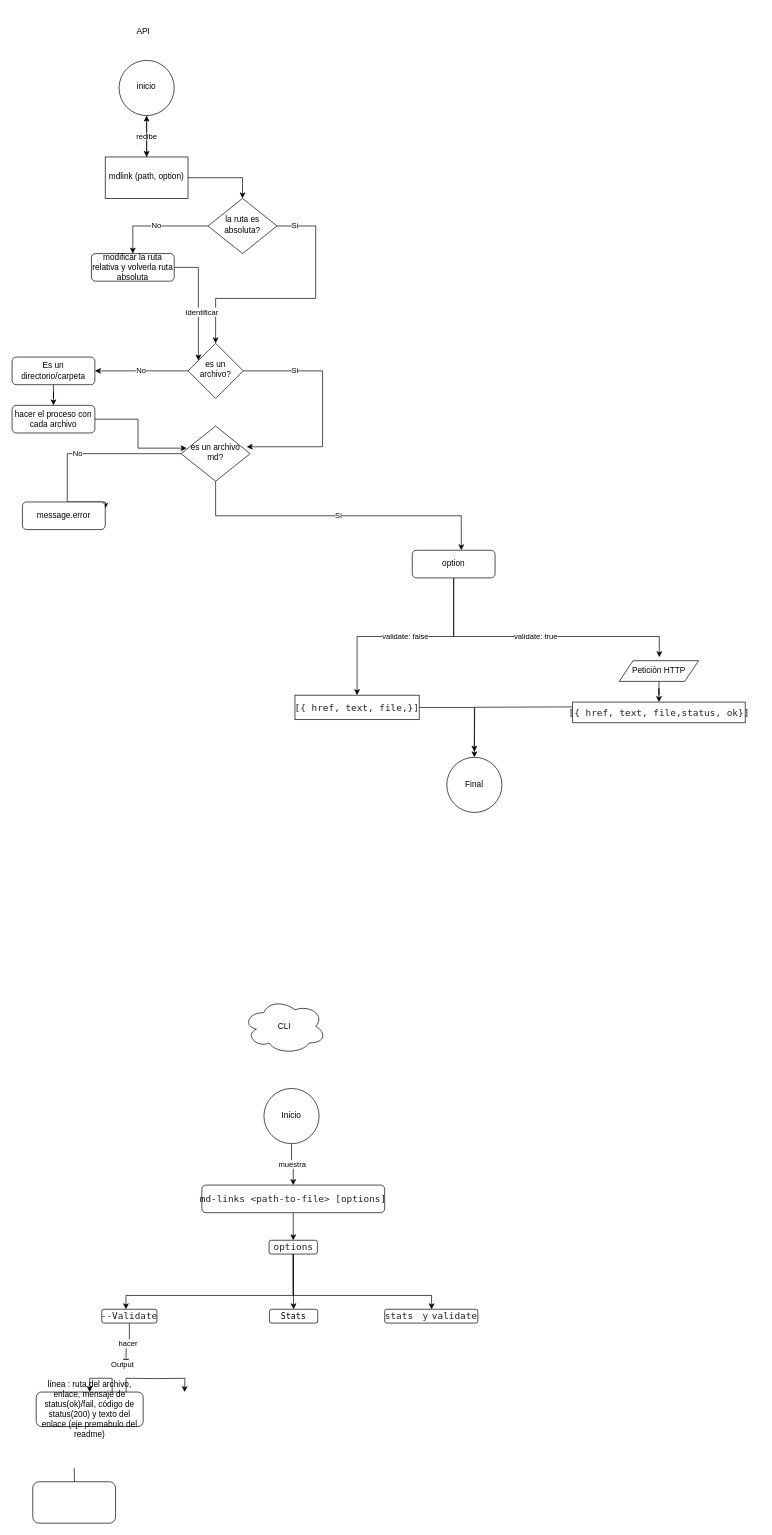
Earlier version of the draw.io diagram Diagrama sin título.drawio (Lady9696/DEV004-md-links). Source tidied: cells renumbered, new cells numbered last; positions are measured from the earlier drawing's top-left corner, leaving out a move shared by most shapes. Both pictures are drawn from the tidied source at 69%, with x=0, y=0 at pixel (12, 12).
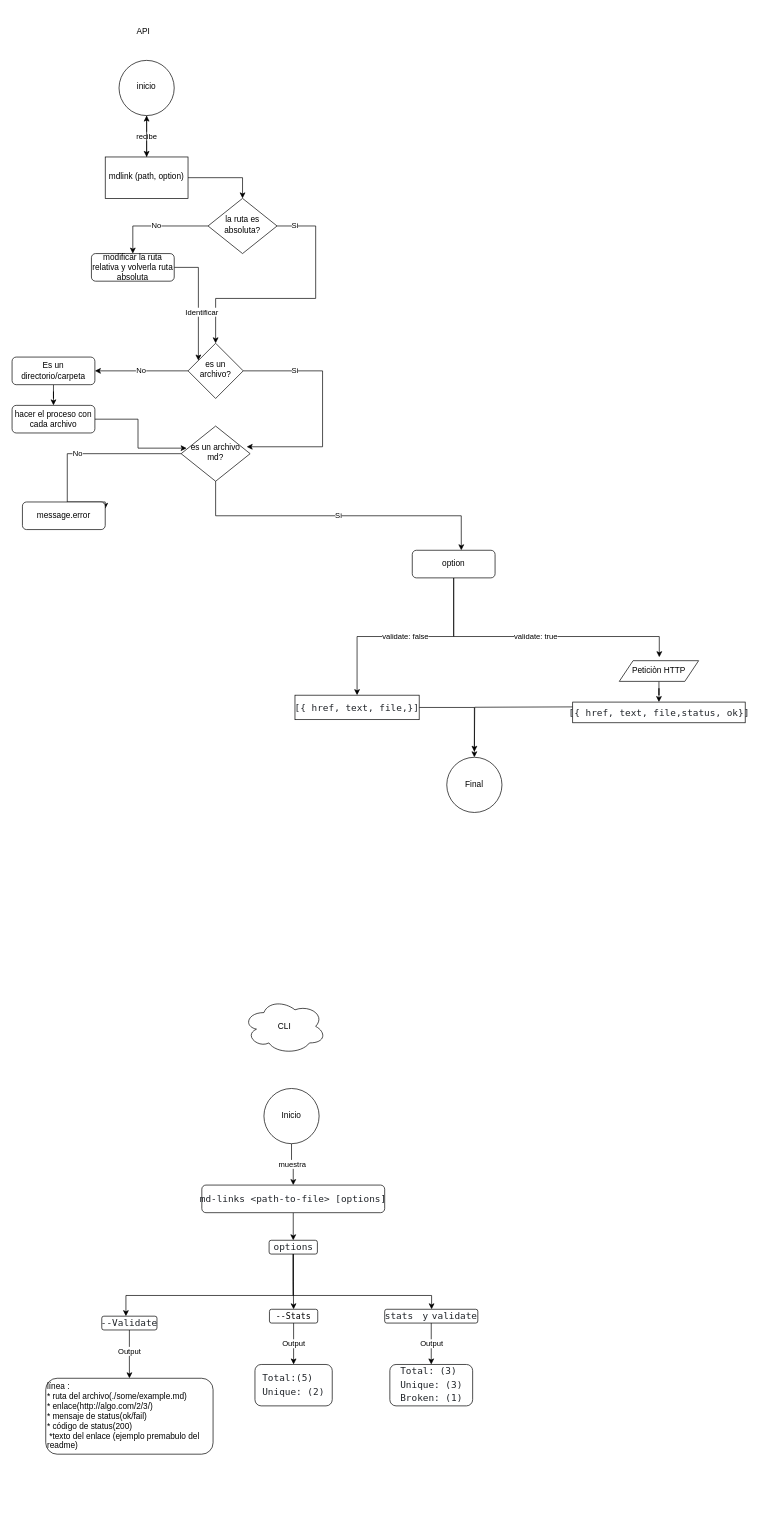
Above is the later version.

Unchanged cells that the change refers to:
```xml
<mxCell id="44" value="&lt;pre style=&quot;box-sizing: border-box; font-family: ui-monospace, SFMono-Regular, &amp;quot;SF Mono&amp;quot;, Menlo, Consolas, &amp;quot;Liberation Mono&amp;quot;, monospace; font-size: 13.6px; margin-top: 0px; margin-bottom: 0px; overflow-wrap: normal; padding: 16px; overflow: auto; line-height: 1.45; color: rgb(31, 35, 40); background-color: var(--color-canvas-subtle); border-radius: 6px; word-break: normal;&quot;&gt;&lt;pre style=&quot;box-sizing: border-box; font-family: ui-monospace, SFMono-Regular, &amp;quot;SF Mono&amp;quot;, Menlo, Consolas, &amp;quot;Liberation Mono&amp;quot;, monospace; font-size: 13.6px; margin-top: 0px; margin-bottom: 0px; overflow-wrap: normal; padding: 16px; overflow: auto; line-height: 1.45; background-color: var(--color-canvas-subtle); border-radius: 6px; word-break: normal;&quot;&gt;&lt;code style=&quot;box-sizing: border-box; font-family: ui-monospace, SFMono-Regular, &amp;quot;SF Mono&amp;quot;, Menlo, Consolas, &amp;quot;Liberation Mono&amp;quot;, monospace; font-size: 13.6px; padding: 0.2em 0.4em; margin: 0px; background-color: var(--color-neutral-muted); border-radius: 6px; text-align: start;&quot;&gt;stats&lt;/code&gt;&amp;nbsp;y&lt;code style=&quot;box-sizing: border-box; font-family: ui-monospace, SFMono-Regular, &amp;quot;SF Mono&amp;quot;, Menlo, Consolas, &amp;quot;Liberation Mono&amp;quot;, monospace; font-size: 13.6px; padding: 0.2em 0.4em; margin: 0px; background-color: var(--color-neutral-muted); border-radius: 6px; text-align: start;&quot;&gt;validate&lt;/code&gt;&lt;br&gt;&lt;/pre&gt;&lt;/pre&gt;" style="rounded=1;whiteSpace=wrap;html=1;fontSize=12;glass=0;strokeWidth=1;shadow=0;align=center;" parent="1" vertex="1">
  <mxGeometry x="540" y="1880" width="135" height="20" as="geometry" />
</mxCell>
```

Diff of the diagram source:
```diff
@@
-    <mxCell id="40" value="hacer" style="edgeStyle=orthogonalEdgeStyle;rounded=0;jettySize=auto;html=1;" parent="1" edge="1" source="41">
-      <mxGeometry relative="1" as="geometry">
-        <mxPoint x="165" y="1960" as="targetPoint" />
-      </mxGeometry>
-    </mxCell>
+    <mxCell id="53" value="Output" style="edgeStyle=orthogonalEdgeStyle;rounded=0;jettySize=auto;html=1;entryX=0.5;entryY=0;entryDx=0;entryDy=0;" parent="1" edge="1" source="41" target="49">
+      <mxGeometry x="-0.12" relative="1" as="geometry" />
+    </mxCell>
     <mxCell id="41" value="&lt;pre style=&quot;box-sizing: border-box; font-family: ui-monospace, SFMono-Regular, &amp;quot;SF Mono&amp;quot;, Menlo, Consolas, &amp;quot;Liberation Mono&amp;quot;, monospace; font-size: 13.6px; margin-top: 0px; margin-bottom: 0px; overflow-wrap: normal; padding: 16px; overflow: auto; line-height: 1.45; color: rgb(31, 35, 40); background-color: var(--color-canvas-subtle); border-radius: 6px; word-break: normal;&quot;&gt;&lt;pre style=&quot;box-sizing: border-box; font-family: ui-monospace, SFMono-Regular, &amp;quot;SF Mono&amp;quot;, Menlo, Consolas, &amp;quot;Liberation Mono&amp;quot;, monospace; font-size: 13.6px; margin-top: 0px; margin-bottom: 0px; overflow-wrap: normal; padding: 16px; overflow: auto; line-height: 1.45; background-color: var(--color-canvas-subtle); border-radius: 6px; word-break: normal;&quot;&gt;--Validate&lt;br&gt;&lt;/pre&gt;&lt;/pre&gt;" style="rounded=1;whiteSpace=wrap;html=1;fontSize=12;glass=0;strokeWidth=1;shadow=0;align=center;" parent="1" vertex="1">
-      <mxGeometry x="130" y="1880" width="80" height="20" as="geometry" />
+      <mxGeometry x="130" y="1890" width="80" height="20" as="geometry" />
     </mxCell>
+    <mxCell id="54" value="Output" style="edgeStyle=orthogonalEdgeStyle;rounded=0;jettySize=auto;html=1;" parent="1" edge="1" source="42" target="56">
+      <mxGeometry relative="1" as="geometry" />
+    </mxCell>
-    <mxCell id="42" value="&lt;font face=&quot;ui-monospace, SFMono-Regular, SF Mono, Menlo, Consolas, Liberation Mono, monospace&quot;&gt;Stats&lt;/font&gt;" style="rounded=1;whiteSpace=wrap;html=1;fontSize=12;glass=0;strokeWidth=1;shadow=0;align=center;" parent="1" vertex="1">
+    <mxCell id="42" value="&lt;font face=&quot;ui-monospace, SFMono-Regular, SF Mono, Menlo, Consolas, Liberation Mono, monospace&quot;&gt;--Stats&lt;/font&gt;" style="rounded=1;whiteSpace=wrap;html=1;fontSize=12;glass=0;strokeWidth=1;shadow=0;align=center;" parent="1" vertex="1">
       <mxGeometry x="373" y="1880" width="70" height="20" as="geometry" />
     </mxCell>
@@
+    <mxCell id="55" value="Output" style="edgeStyle=orthogonalEdgeStyle;rounded=0;jettySize=auto;html=1;" parent="1" edge="1" source="44" target="57">
+      <mxGeometry relative="1" as="geometry" />
+    </mxCell>
@@
-    <mxCell id="45" style="edgeStyle=orthogonalEdgeStyle;rounded=0;jettySize=auto;html=1;" parent="1" edge="1" target="49">
-      <mxGeometry relative="1" as="geometry">
-        <mxPoint x="165" y="1980" as="sourcePoint" />
-      </mxGeometry>
-    </mxCell>
-    <mxCell id="46" value="Output" style="edgeStyle=orthogonalEdgeStyle;rounded=0;orthogonalLoop=1;jettySize=auto;html=1;entryX=0.75;entryY=0;entryDx=0;entryDy=0;" parent="1" edge="1">
-      <mxGeometry x="-1" y="21" relative="1" as="geometry">
-        <mxPoint x="165" y="1980" as="sourcePoint" />
-        <mxPoint x="250" y="2000" as="targetPoint" />
-        <mxPoint x="-5" y="1" as="offset" />
-      </mxGeometry>
-    </mxCell>
-    <mxCell id="47" style="edgeStyle=orthogonalEdgeStyle;rounded=0;jettySize=auto;html=1;" parent="1" edge="1" target="48">
-      <mxGeometry relative="1" as="geometry">
-        <mxPoint x="90" y="2110" as="sourcePoint" />
-      </mxGeometry>
-    </mxCell>
-    <mxCell id="48" style="whiteSpace=wrap;html=1;rounded=1;glass=0;strokeWidth=1;shadow=0;" parent="1" vertex="1">
-      <mxGeometry x="30" y="2130" width="120" height="60" as="geometry" />
-    </mxCell>
-    <mxCell id="49" value="línea : ruta del archivo, enlace, mensaje de status(ok)/fail, código de status(200) y texto del enlace (eje premabulo del readme)" style="whiteSpace=wrap;html=1;rounded=1;glass=0;strokeWidth=1;shadow=0;" parent="1" vertex="1">
-      <mxGeometry x="35" y="2000" width="155" height="50" as="geometry" />
+    <mxCell id="49" value="línea :&lt;br&gt;* ruta del archivo(./some/example.md&lt;span style=&quot;background-color: initial;&quot;&gt;)&lt;/span&gt;&lt;br&gt;* enlace(http://algo.com/2/3/&lt;span style=&quot;background-color: initial;&quot;&gt;)&lt;/span&gt;&lt;br&gt;* mensaje de status(ok/fail)&lt;br&gt;* código de status(200)&lt;br&gt;&lt;div style=&quot;&quot;&gt;&lt;span style=&quot;background-color: initial;&quot;&gt;&amp;nbsp;*texto del enlace (ejemplo premabulo del readme)&lt;/span&gt;&lt;/div&gt;" style="whiteSpace=wrap;html=1;rounded=1;glass=0;strokeWidth=1;shadow=0;align=left;" parent="1" vertex="1">
+      <mxGeometry x="48.8" y="1980" width="242.5" height="110" as="geometry" />
     </mxCell>
@@
+    <mxCell id="56" value="&lt;pre style=&quot;box-sizing: border-box; font-family: ui-monospace, SFMono-Regular, &amp;quot;SF Mono&amp;quot;, Menlo, Consolas, &amp;quot;Liberation Mono&amp;quot;, monospace; font-size: 13.6px; margin-top: 0px; margin-bottom: 0px; overflow-wrap: normal; padding: 16px; overflow: auto; line-height: 1.45; color: rgb(31, 35, 40); background-color: var(--color-canvas-subtle); border-radius: 6px; word-break: normal; text-align: start;&quot;&gt;Total:(5)&lt;br&gt;Unique: (2)&lt;/pre&gt;" style="whiteSpace=wrap;html=1;rounded=1;glass=0;strokeWidth=1;shadow=0;" parent="1" vertex="1">
+      <mxGeometry x="352" y="1960" width="112" height="60" as="geometry" />
+    </mxCell>
+    <mxCell id="57" value="&lt;pre style=&quot;box-sizing: border-box; font-family: ui-monospace, SFMono-Regular, &amp;quot;SF Mono&amp;quot;, Menlo, Consolas, &amp;quot;Liberation Mono&amp;quot;, monospace; font-size: 13.6px; margin-top: 0px; margin-bottom: 0px; overflow-wrap: normal; padding: 16px; overflow: auto; line-height: 1.45; color: rgb(31, 35, 40); background-color: var(--color-canvas-subtle); border-radius: 6px; word-break: normal; text-align: start;&quot;&gt;Total: (3)&lt;br/&gt;Unique: (3)&lt;br/&gt;Broken: (1)&lt;/pre&gt;" style="whiteSpace=wrap;html=1;rounded=1;glass=0;strokeWidth=1;shadow=0;" parent="1" vertex="1">
+      <mxGeometry x="547.5" y="1960" width="120" height="60" as="geometry" />
+    </mxCell>
```
